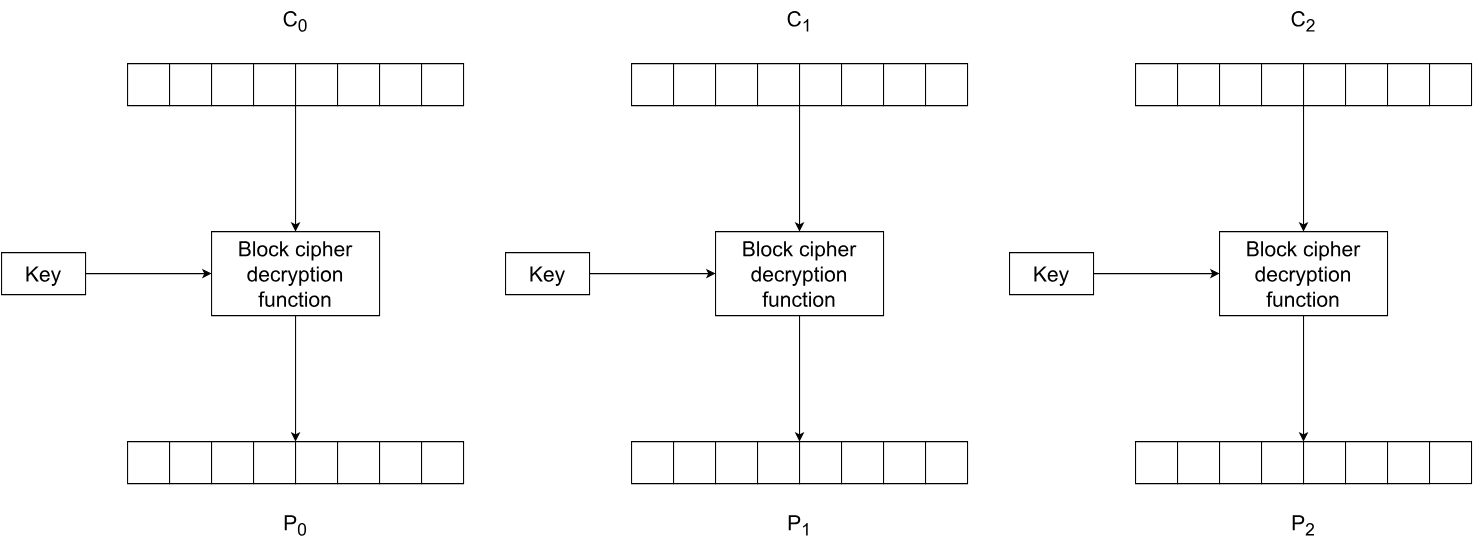
Earlier version of the draw.io export Kaaviot/ECB-2.svg (hcropsu/tutkimusseminaari). Source tidied: cells renumbered, new cells last; positions are measured from the earlier drawing's top-left corner, leaving out a move shared by most shapes. The source it was exported from:
```xml
<mxGraphModel>
  <root>
    <mxCell id="0" />
    <mxCell id="1" parent="0" />
    <mxCell id="2" style="rounded=0;whiteSpace=wrap;html=1;rotation=0;" parent="1" vertex="1">
      <mxGeometry x="120" y="60" width="40" height="40" as="geometry" />
    </mxCell>
    <mxCell id="3" style="rounded=0;whiteSpace=wrap;html=1;rotation=0;" parent="1" vertex="1">
      <mxGeometry x="160" y="60" width="40" height="40" as="geometry" />
    </mxCell>
    <mxCell id="4" style="rounded=0;whiteSpace=wrap;html=1;rotation=0;" parent="1" vertex="1">
      <mxGeometry x="200" y="60" width="40" height="40" as="geometry" />
    </mxCell>
    <mxCell id="5" style="rounded=0;whiteSpace=wrap;html=1;rotation=0;" parent="1" vertex="1">
      <mxGeometry x="240" y="60" width="40" height="40" as="geometry" />
    </mxCell>
    <mxCell id="6" style="rounded=0;whiteSpace=wrap;html=1;rotation=0;" parent="1" vertex="1">
      <mxGeometry x="280" y="60" width="40" height="40" as="geometry" />
    </mxCell>
    <mxCell id="7" style="rounded=0;whiteSpace=wrap;html=1;rotation=0;" parent="1" vertex="1">
      <mxGeometry x="320" y="60" width="40" height="40" as="geometry" />
    </mxCell>
    <mxCell id="8" style="rounded=0;whiteSpace=wrap;html=1;rotation=0;" parent="1" vertex="1">
      <mxGeometry x="360" y="60" width="40" height="40" as="geometry" />
    </mxCell>
    <mxCell id="9" style="rounded=0;whiteSpace=wrap;html=1;rotation=0;" parent="1" vertex="1">
      <mxGeometry x="400" y="60" width="40" height="40" as="geometry" />
    </mxCell>
    <mxCell id="10" style="rounded=0;whiteSpace=wrap;html=1;rotation=0;" parent="1" vertex="1">
      <mxGeometry x="120" y="420" width="40" height="40" as="geometry" />
    </mxCell>
    <mxCell id="11" style="rounded=0;whiteSpace=wrap;html=1;rotation=0;" parent="1" vertex="1">
      <mxGeometry x="160" y="420" width="40" height="40" as="geometry" />
    </mxCell>
    <mxCell id="12" style="rounded=0;whiteSpace=wrap;html=1;rotation=0;" parent="1" vertex="1">
      <mxGeometry x="200" y="420" width="40" height="40" as="geometry" />
    </mxCell>
    <mxCell id="13" style="rounded=0;whiteSpace=wrap;html=1;rotation=0;" parent="1" vertex="1">
      <mxGeometry x="240" y="420" width="40" height="40" as="geometry" />
    </mxCell>
    <mxCell id="14" style="rounded=0;whiteSpace=wrap;html=1;rotation=0;" parent="1" vertex="1">
      <mxGeometry x="280" y="420" width="40" height="40" as="geometry" />
    </mxCell>
    <mxCell id="15" style="rounded=0;whiteSpace=wrap;html=1;rotation=0;" parent="1" vertex="1">
      <mxGeometry x="320" y="420" width="40" height="40" as="geometry" />
    </mxCell>
    <mxCell id="16" style="rounded=0;whiteSpace=wrap;html=1;rotation=0;" parent="1" vertex="1">
      <mxGeometry x="360" y="420" width="40" height="40" as="geometry" />
    </mxCell>
    <mxCell id="17" style="rounded=0;whiteSpace=wrap;html=1;rotation=0;" parent="1" vertex="1">
      <mxGeometry x="400" y="420" width="40" height="40" as="geometry" />
    </mxCell>
    <mxCell id="18" value="Block cipher decryption function" style="rounded=0;whiteSpace=wrap;html=1;fontSize=20;" parent="1" vertex="1">
      <mxGeometry x="200" y="220" width="160" height="80" as="geometry" />
    </mxCell>
    <mxCell id="19" value="C&lt;sub&gt;0&lt;/sub&gt;" style="text;html=1;strokeColor=none;fillColor=none;align=center;verticalAlign=middle;whiteSpace=wrap;rounded=0;fontSize=20;" parent="1" vertex="1">
      <mxGeometry x="240" width="80" height="40" as="geometry" />
    </mxCell>
    <mxCell id="20" value="P&lt;sub&gt;0&lt;/sub&gt;" style="text;html=1;strokeColor=none;fillColor=none;align=center;verticalAlign=middle;whiteSpace=wrap;rounded=0;fontSize=20;" parent="1" vertex="1">
      <mxGeometry x="240" y="480" width="80" height="40" as="geometry" />
    </mxCell>
    <mxCell id="21" style="endArrow=classic;html=1;rounded=0;exitX=0;exitY=1;exitDx=0;exitDy=0;entryX=0.5;entryY=0;entryDx=0;entryDy=0;" parent="1" edge="1" source="6" target="18">
      <mxGeometry relative="1" as="geometry" />
    </mxCell>
    <mxCell id="22" style="endArrow=classic;html=1;rounded=0;exitX=1;exitY=0.5;exitDx=0;exitDy=0;entryX=0;entryY=0.5;entryDx=0;entryDy=0;" parent="1" edge="1" source="23" target="18">
      <mxGeometry relative="1" as="geometry" />
    </mxCell>
    <mxCell id="23" value="Key" style="rounded=0;whiteSpace=wrap;html=1;fontSize=20;" parent="1" vertex="1">
      <mxGeometry y="240" width="80" height="40" as="geometry" />
    </mxCell>
    <mxCell id="24" style="endArrow=classic;html=1;rounded=0;exitX=0.5;exitY=1;exitDx=0;exitDy=0;entryX=0;entryY=0;entryDx=0;entryDy=0;" parent="1" edge="1" source="18" target="14">
      <mxGeometry relative="1" as="geometry" />
    </mxCell>
    <mxCell id="25" style="rounded=0;whiteSpace=wrap;html=1;rotation=0;" parent="1" vertex="1">
      <mxGeometry x="600" y="60" width="40" height="40" as="geometry" />
    </mxCell>
    <mxCell id="26" style="rounded=0;whiteSpace=wrap;html=1;rotation=0;" parent="1" vertex="1">
      <mxGeometry x="640" y="60" width="40" height="40" as="geometry" />
    </mxCell>
    <mxCell id="27" style="rounded=0;whiteSpace=wrap;html=1;rotation=0;" parent="1" vertex="1">
      <mxGeometry x="680" y="60" width="40" height="40" as="geometry" />
    </mxCell>
    <mxCell id="28" style="rounded=0;whiteSpace=wrap;html=1;rotation=0;" parent="1" vertex="1">
      <mxGeometry x="720" y="60" width="40" height="40" as="geometry" />
    </mxCell>
    <mxCell id="29" style="rounded=0;whiteSpace=wrap;html=1;rotation=0;" parent="1" vertex="1">
      <mxGeometry x="760" y="60" width="40" height="40" as="geometry" />
    </mxCell>
    <mxCell id="30" style="rounded=0;whiteSpace=wrap;html=1;rotation=0;" parent="1" vertex="1">
      <mxGeometry x="800" y="60" width="40" height="40" as="geometry" />
    </mxCell>
    <mxCell id="31" style="rounded=0;whiteSpace=wrap;html=1;rotation=0;" parent="1" vertex="1">
      <mxGeometry x="840" y="60" width="40" height="40" as="geometry" />
    </mxCell>
    <mxCell id="32" style="rounded=0;whiteSpace=wrap;html=1;rotation=0;" parent="1" vertex="1">
      <mxGeometry x="880" y="60" width="40" height="40" as="geometry" />
    </mxCell>
    <mxCell id="33" style="rounded=0;whiteSpace=wrap;html=1;rotation=0;" parent="1" vertex="1">
      <mxGeometry x="600" y="420" width="40" height="40" as="geometry" />
    </mxCell>
    <mxCell id="34" style="rounded=0;whiteSpace=wrap;html=1;rotation=0;" parent="1" vertex="1">
      <mxGeometry x="640" y="420" width="40" height="40" as="geometry" />
    </mxCell>
    <mxCell id="35" style="rounded=0;whiteSpace=wrap;html=1;rotation=0;" parent="1" vertex="1">
      <mxGeometry x="680" y="420" width="40" height="40" as="geometry" />
    </mxCell>
    <mxCell id="36" style="rounded=0;whiteSpace=wrap;html=1;rotation=0;" parent="1" vertex="1">
      <mxGeometry x="720" y="420" width="40" height="40" as="geometry" />
    </mxCell>
    <mxCell id="37" style="rounded=0;whiteSpace=wrap;html=1;rotation=0;" parent="1" vertex="1">
      <mxGeometry x="760" y="420" width="40" height="40" as="geometry" />
    </mxCell>
    <mxCell id="38" style="rounded=0;whiteSpace=wrap;html=1;rotation=0;" parent="1" vertex="1">
      <mxGeometry x="800" y="420" width="40" height="40" as="geometry" />
    </mxCell>
    <mxCell id="39" style="rounded=0;whiteSpace=wrap;html=1;rotation=0;" parent="1" vertex="1">
      <mxGeometry x="840" y="420" width="40" height="40" as="geometry" />
    </mxCell>
    <mxCell id="40" style="rounded=0;whiteSpace=wrap;html=1;rotation=0;" parent="1" vertex="1">
      <mxGeometry x="880" y="420" width="40" height="40" as="geometry" />
    </mxCell>
    <mxCell id="41" value="Block cipher decryption function" style="rounded=0;whiteSpace=wrap;html=1;fontSize=20;" parent="1" vertex="1">
      <mxGeometry x="680" y="220" width="160" height="80" as="geometry" />
    </mxCell>
    <mxCell id="42" value="C&lt;sub&gt;1&lt;/sub&gt;" style="text;html=1;strokeColor=none;fillColor=none;align=center;verticalAlign=middle;whiteSpace=wrap;rounded=0;fontSize=20;" parent="1" vertex="1">
      <mxGeometry x="720" width="80" height="40" as="geometry" />
    </mxCell>
    <mxCell id="43" value="P&lt;sub&gt;1&lt;/sub&gt;" style="text;html=1;strokeColor=none;fillColor=none;align=center;verticalAlign=middle;whiteSpace=wrap;rounded=0;fontSize=20;" parent="1" vertex="1">
      <mxGeometry x="720" y="480" width="80" height="40" as="geometry" />
    </mxCell>
    <mxCell id="44" style="endArrow=classic;html=1;rounded=0;exitX=0;exitY=1;exitDx=0;exitDy=0;entryX=0.5;entryY=0;entryDx=0;entryDy=0;" parent="1" edge="1" source="29" target="41">
      <mxGeometry relative="1" as="geometry" />
    </mxCell>
    <mxCell id="45" style="endArrow=classic;html=1;rounded=0;exitX=1;exitY=0.5;exitDx=0;exitDy=0;entryX=0;entryY=0.5;entryDx=0;entryDy=0;" parent="1" edge="1" source="46" target="41">
      <mxGeometry relative="1" as="geometry" />
    </mxCell>
    <mxCell id="46" value="Key" style="rounded=0;whiteSpace=wrap;html=1;fontSize=20;" parent="1" vertex="1">
      <mxGeometry x="480" y="240" width="80" height="40" as="geometry" />
    </mxCell>
    <mxCell id="47" style="endArrow=classic;html=1;rounded=0;exitX=0.5;exitY=1;exitDx=0;exitDy=0;entryX=0;entryY=0;entryDx=0;entryDy=0;" parent="1" edge="1" source="41" target="37">
      <mxGeometry relative="1" as="geometry" />
    </mxCell>
    <mxCell id="48" style="rounded=0;whiteSpace=wrap;html=1;rotation=0;" parent="1" vertex="1">
      <mxGeometry x="1080" y="60" width="40" height="40" as="geometry" />
    </mxCell>
    <mxCell id="49" style="rounded=0;whiteSpace=wrap;html=1;rotation=0;" parent="1" vertex="1">
      <mxGeometry x="1120" y="60" width="40" height="40" as="geometry" />
    </mxCell>
    <mxCell id="50" style="rounded=0;whiteSpace=wrap;html=1;rotation=0;" parent="1" vertex="1">
      <mxGeometry x="1160" y="60" width="40" height="40" as="geometry" />
    </mxCell>
    <mxCell id="51" style="rounded=0;whiteSpace=wrap;html=1;rotation=0;" parent="1" vertex="1">
      <mxGeometry x="1200" y="60" width="40" height="40" as="geometry" />
    </mxCell>
    <mxCell id="52" style="rounded=0;whiteSpace=wrap;html=1;rotation=0;" parent="1" vertex="1">
      <mxGeometry x="1240" y="60" width="40" height="40" as="geometry" />
    </mxCell>
    <mxCell id="53" style="rounded=0;whiteSpace=wrap;html=1;rotation=0;" parent="1" vertex="1">
      <mxGeometry x="1280" y="60" width="40" height="40" as="geometry" />
    </mxCell>
    <mxCell id="54" style="rounded=0;whiteSpace=wrap;html=1;rotation=0;" parent="1" vertex="1">
      <mxGeometry x="1320" y="60" width="40" height="40" as="geometry" />
    </mxCell>
    <mxCell id="55" style="rounded=0;whiteSpace=wrap;html=1;rotation=0;" parent="1" vertex="1">
      <mxGeometry x="1360" y="60" width="40" height="40" as="geometry" />
    </mxCell>
    <mxCell id="56" style="rounded=0;whiteSpace=wrap;html=1;rotation=0;" parent="1" vertex="1">
      <mxGeometry x="1080" y="420" width="40" height="40" as="geometry" />
    </mxCell>
    <mxCell id="57" style="rounded=0;whiteSpace=wrap;html=1;rotation=0;" parent="1" vertex="1">
      <mxGeometry x="1120" y="420" width="40" height="40" as="geometry" />
    </mxCell>
    <mxCell id="58" style="rounded=0;whiteSpace=wrap;html=1;rotation=0;" parent="1" vertex="1">
      <mxGeometry x="1160" y="420" width="40" height="40" as="geometry" />
    </mxCell>
    <mxCell id="59" style="rounded=0;whiteSpace=wrap;html=1;rotation=0;" parent="1" vertex="1">
      <mxGeometry x="1200" y="420" width="40" height="40" as="geometry" />
    </mxCell>
    <mxCell id="60" style="rounded=0;whiteSpace=wrap;html=1;rotation=0;" parent="1" vertex="1">
      <mxGeometry x="1240" y="420" width="40" height="40" as="geometry" />
    </mxCell>
    <mxCell id="61" style="rounded=0;whiteSpace=wrap;html=1;rotation=0;" parent="1" vertex="1">
      <mxGeometry x="1280" y="420" width="40" height="40" as="geometry" />
    </mxCell>
    <mxCell id="62" style="rounded=0;whiteSpace=wrap;html=1;rotation=0;" parent="1" vertex="1">
      <mxGeometry x="1320" y="420" width="40" height="40" as="geometry" />
    </mxCell>
    <mxCell id="63" style="rounded=0;whiteSpace=wrap;html=1;rotation=0;" parent="1" vertex="1">
      <mxGeometry x="1360" y="420" width="40" height="40" as="geometry" />
    </mxCell>
    <mxCell id="64" value="Block cipher decryption function" style="rounded=0;whiteSpace=wrap;html=1;fontSize=20;" parent="1" vertex="1">
      <mxGeometry x="1160" y="220" width="160" height="80" as="geometry" />
    </mxCell>
    <mxCell id="65" value="C&lt;sub&gt;2&lt;/sub&gt;" style="text;html=1;strokeColor=none;fillColor=none;align=center;verticalAlign=middle;whiteSpace=wrap;rounded=0;fontSize=20;" parent="1" vertex="1">
      <mxGeometry x="1200" width="80" height="40" as="geometry" />
    </mxCell>
    <mxCell id="66" value="P&lt;sub&gt;2&lt;/sub&gt;" style="text;html=1;strokeColor=none;fillColor=none;align=center;verticalAlign=middle;whiteSpace=wrap;rounded=0;fontSize=20;" parent="1" vertex="1">
      <mxGeometry x="1200" y="480" width="80" height="40" as="geometry" />
    </mxCell>
    <mxCell id="67" style="endArrow=classic;html=1;rounded=0;exitX=0;exitY=1;exitDx=0;exitDy=0;entryX=0.5;entryY=0;entryDx=0;entryDy=0;" parent="1" edge="1" source="52" target="64">
      <mxGeometry relative="1" as="geometry" />
    </mxCell>
    <mxCell id="68" style="endArrow=classic;html=1;rounded=0;exitX=1;exitY=0.5;exitDx=0;exitDy=0;entryX=0;entryY=0.5;entryDx=0;entryDy=0;" parent="1" edge="1" source="69" target="64">
      <mxGeometry relative="1" as="geometry" />
    </mxCell>
    <mxCell id="69" value="Key" style="rounded=0;whiteSpace=wrap;html=1;fontSize=20;" parent="1" vertex="1">
      <mxGeometry x="960" y="240" width="80" height="40" as="geometry" />
    </mxCell>
    <mxCell id="70" style="endArrow=classic;html=1;rounded=0;exitX=0.5;exitY=1;exitDx=0;exitDy=0;entryX=0;entryY=0;entryDx=0;entryDy=0;" parent="1" edge="1" source="64" target="60">
      <mxGeometry relative="1" as="geometry" />
    </mxCell>
  </root>
</mxGraphModel>
```
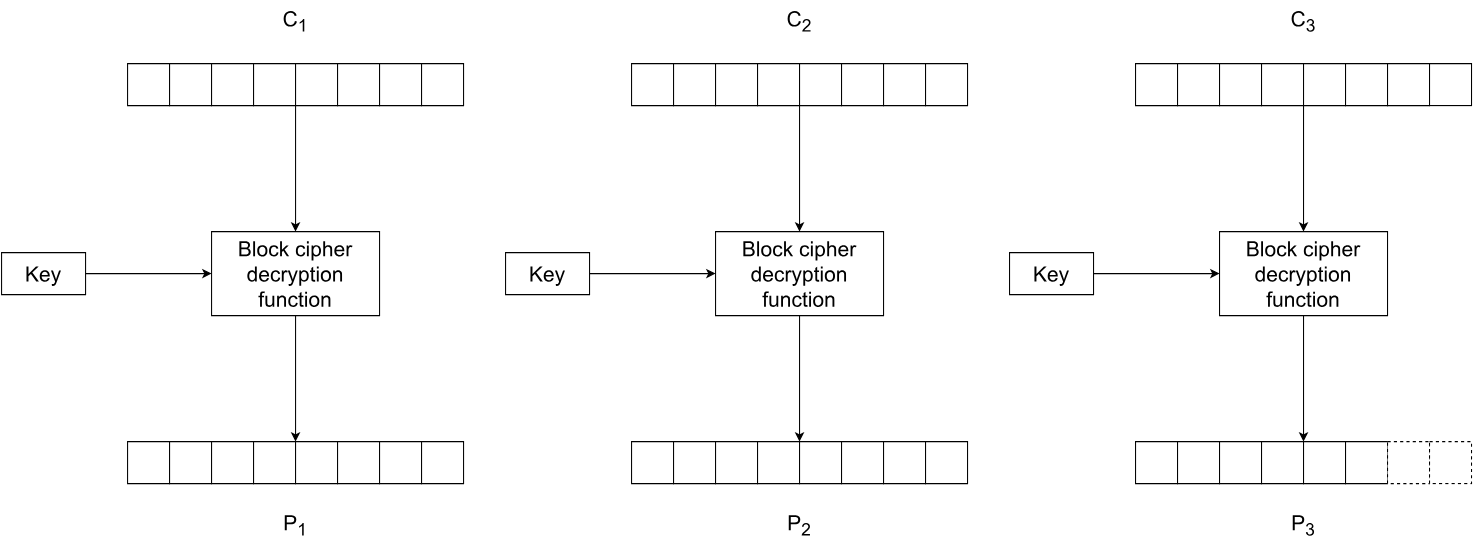
After the commit.

Diff of the diagram source:
```diff
@@ -53,10 +53,10 @@
     <mxCell id="18" value="Block cipher decryption function" style="rounded=0;whiteSpace=wrap;html=1;fontSize=20;" parent="1" vertex="1">
       <mxGeometry x="200" y="220" width="160" height="80" as="geometry" />
     </mxCell>
-    <mxCell id="19" value="C&lt;sub&gt;0&lt;/sub&gt;" style="text;html=1;strokeColor=none;fillColor=none;align=center;verticalAlign=middle;whiteSpace=wrap;rounded=0;fontSize=20;" parent="1" vertex="1">
+    <mxCell id="19" value="C&lt;sub&gt;1&lt;/sub&gt;" style="text;html=1;strokeColor=none;fillColor=none;align=center;verticalAlign=middle;whiteSpace=wrap;rounded=0;fontSize=20;" parent="1" vertex="1">
       <mxGeometry x="240" width="80" height="40" as="geometry" />
     </mxCell>
-    <mxCell id="20" value="P&lt;sub&gt;0&lt;/sub&gt;" style="text;html=1;strokeColor=none;fillColor=none;align=center;verticalAlign=middle;whiteSpace=wrap;rounded=0;fontSize=20;" parent="1" vertex="1">
+    <mxCell id="20" value="P&lt;sub&gt;1&lt;/sub&gt;" style="text;html=1;strokeColor=none;fillColor=none;align=center;verticalAlign=middle;whiteSpace=wrap;rounded=0;fontSize=20;" parent="1" vertex="1">
       <mxGeometry x="240" y="480" width="80" height="40" as="geometry" />
     </mxCell>
     <mxCell id="21" style="endArrow=classic;html=1;rounded=0;exitX=0;exitY=1;exitDx=0;exitDy=0;entryX=0.5;entryY=0;entryDx=0;entryDy=0;" parent="1" edge="1" source="6" target="18">
@@ -122,10 +122,10 @@
     <mxCell id="41" value="Block cipher decryption function" style="rounded=0;whiteSpace=wrap;html=1;fontSize=20;" parent="1" vertex="1">
       <mxGeometry x="680" y="220" width="160" height="80" as="geometry" />
     </mxCell>
-    <mxCell id="42" value="C&lt;sub&gt;1&lt;/sub&gt;" style="text;html=1;strokeColor=none;fillColor=none;align=center;verticalAlign=middle;whiteSpace=wrap;rounded=0;fontSize=20;" parent="1" vertex="1">
+    <mxCell id="42" value="C&lt;sub&gt;2&lt;/sub&gt;" style="text;html=1;strokeColor=none;fillColor=none;align=center;verticalAlign=middle;whiteSpace=wrap;rounded=0;fontSize=20;" parent="1" vertex="1">
       <mxGeometry x="720" width="80" height="40" as="geometry" />
     </mxCell>
-    <mxCell id="43" value="P&lt;sub&gt;1&lt;/sub&gt;" style="text;html=1;strokeColor=none;fillColor=none;align=center;verticalAlign=middle;whiteSpace=wrap;rounded=0;fontSize=20;" parent="1" vertex="1">
+    <mxCell id="43" value="P&lt;sub&gt;2&lt;/sub&gt;" style="text;html=1;strokeColor=none;fillColor=none;align=center;verticalAlign=middle;whiteSpace=wrap;rounded=0;fontSize=20;" parent="1" vertex="1">
       <mxGeometry x="720" y="480" width="80" height="40" as="geometry" />
     </mxCell>
     <mxCell id="44" style="endArrow=classic;html=1;rounded=0;exitX=0;exitY=1;exitDx=0;exitDy=0;entryX=0.5;entryY=0;entryDx=0;entryDy=0;" parent="1" edge="1" source="29" target="41">
@@ -182,19 +182,19 @@
     <mxCell id="61" style="rounded=0;whiteSpace=wrap;html=1;rotation=0;" parent="1" vertex="1">
       <mxGeometry x="1280" y="420" width="40" height="40" as="geometry" />
     </mxCell>
-    <mxCell id="62" style="rounded=0;whiteSpace=wrap;html=1;rotation=0;" parent="1" vertex="1">
+    <mxCell id="62" style="rounded=0;whiteSpace=wrap;html=1;rotation=0;dashed=1;" parent="1" vertex="1">
       <mxGeometry x="1320" y="420" width="40" height="40" as="geometry" />
     </mxCell>
-    <mxCell id="63" style="rounded=0;whiteSpace=wrap;html=1;rotation=0;" parent="1" vertex="1">
+    <mxCell id="63" style="rounded=0;whiteSpace=wrap;html=1;rotation=0;dashed=1;" parent="1" vertex="1">
       <mxGeometry x="1360" y="420" width="40" height="40" as="geometry" />
     </mxCell>
     <mxCell id="64" value="Block cipher decryption function" style="rounded=0;whiteSpace=wrap;html=1;fontSize=20;" parent="1" vertex="1">
       <mxGeometry x="1160" y="220" width="160" height="80" as="geometry" />
     </mxCell>
-    <mxCell id="65" value="C&lt;sub&gt;2&lt;/sub&gt;" style="text;html=1;strokeColor=none;fillColor=none;align=center;verticalAlign=middle;whiteSpace=wrap;rounded=0;fontSize=20;" parent="1" vertex="1">
+    <mxCell id="65" value="C&lt;sub&gt;3&lt;/sub&gt;" style="text;html=1;strokeColor=none;fillColor=none;align=center;verticalAlign=middle;whiteSpace=wrap;rounded=0;fontSize=20;" parent="1" vertex="1">
       <mxGeometry x="1200" width="80" height="40" as="geometry" />
     </mxCell>
-    <mxCell id="66" value="P&lt;sub&gt;2&lt;/sub&gt;" style="text;html=1;strokeColor=none;fillColor=none;align=center;verticalAlign=middle;whiteSpace=wrap;rounded=0;fontSize=20;" parent="1" vertex="1">
+    <mxCell id="66" value="P&lt;sub&gt;3&lt;/sub&gt;" style="text;html=1;strokeColor=none;fillColor=none;align=center;verticalAlign=middle;whiteSpace=wrap;rounded=0;fontSize=20;" parent="1" vertex="1">
       <mxGeometry x="1200" y="480" width="80" height="40" as="geometry" />
     </mxCell>
     <mxCell id="67" style="endArrow=classic;html=1;rounded=0;exitX=0;exitY=1;exitDx=0;exitDy=0;entryX=0.5;entryY=0;entryDx=0;entryDy=0;" parent="1" edge="1" source="52" target="64">
```
